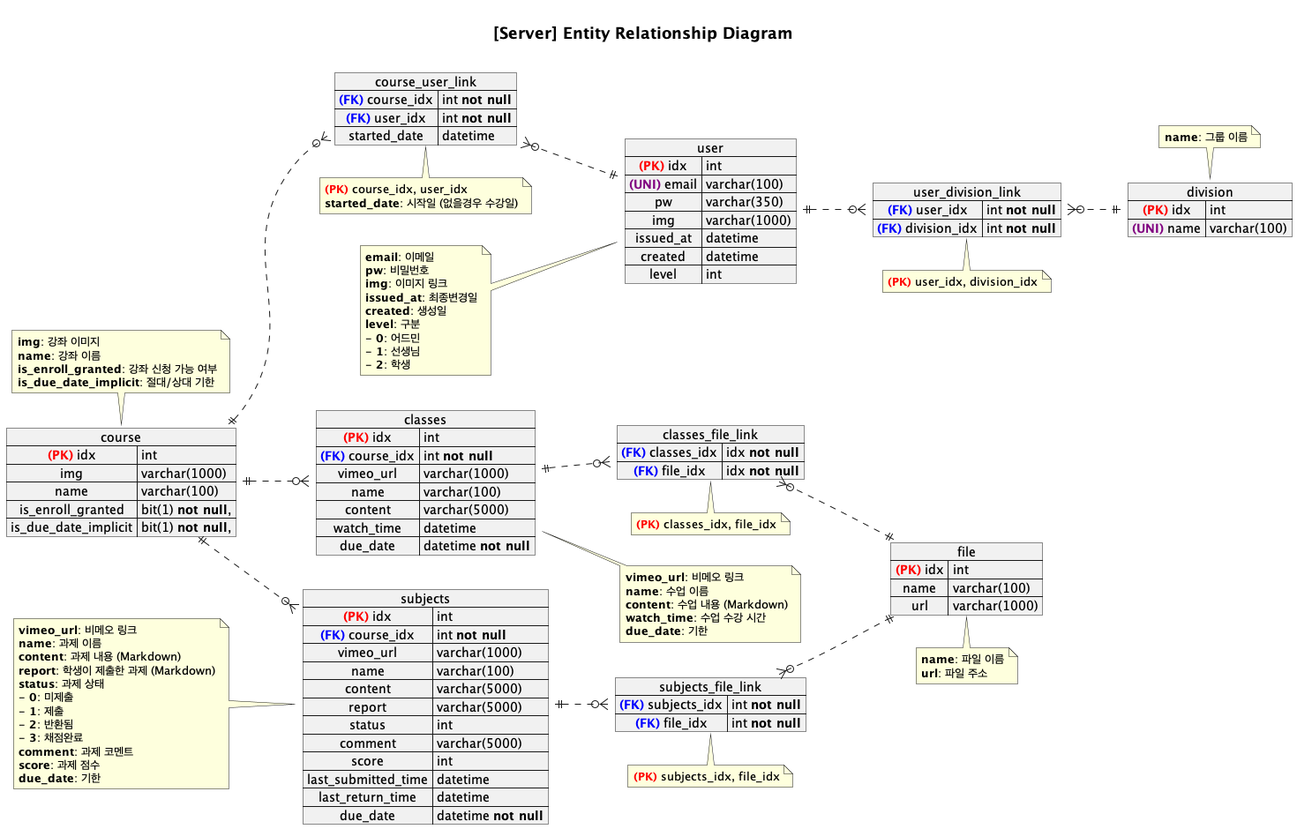
Above: design/erd.png in DokySp/project-emt (PlantUML), before the change.
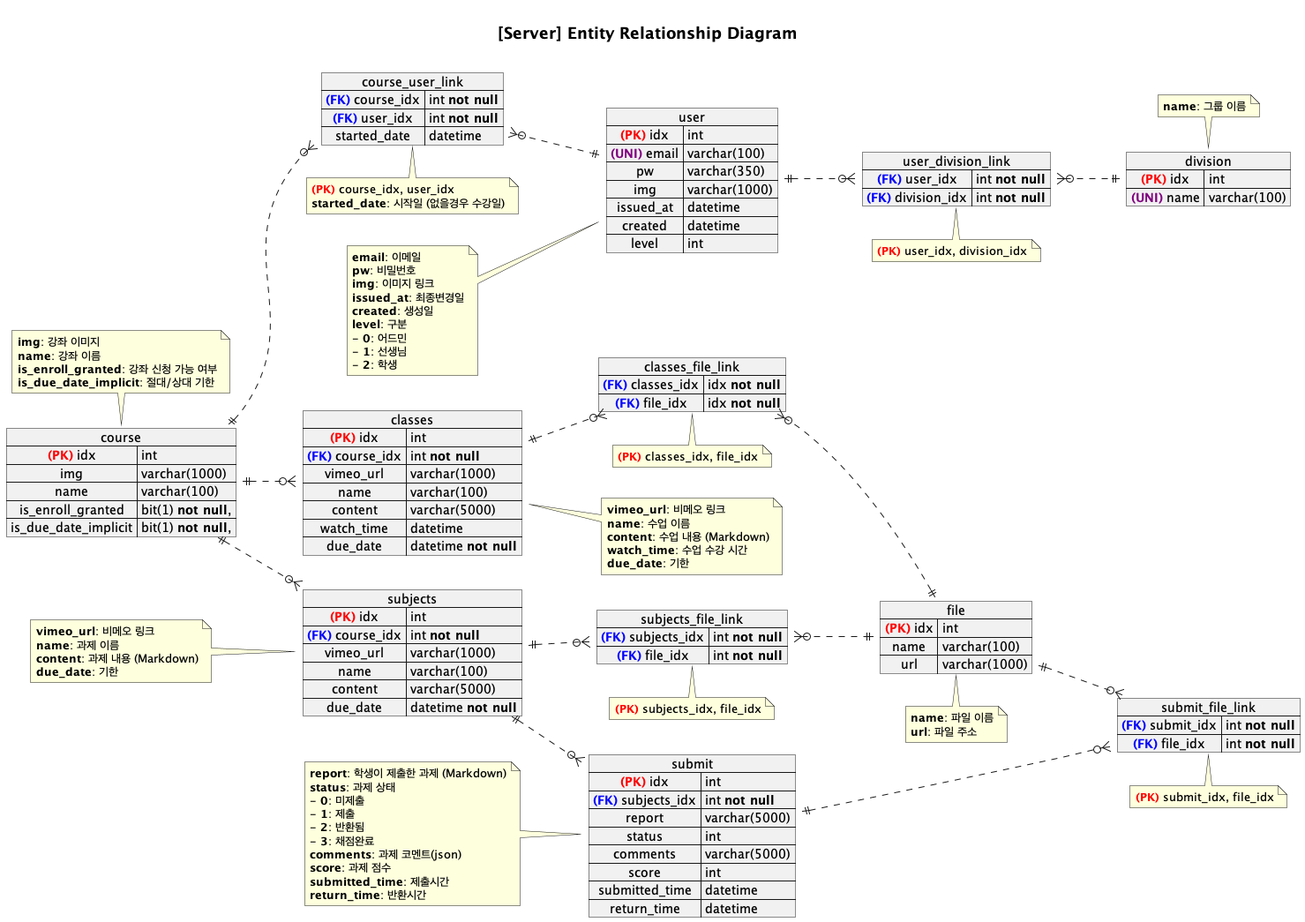
The same diagram one commit later.

Commit message:
[BE] #2 subjects 수정, submit 생성

Change to the diagram source:
```diff
@@ -28,21 +28,32 @@
 }
 note right: **vimeo_url**: 비메오 링크\n**name**: 수업 이름\n**content**: 수업 내용 (Markdown)\n**watch_time**: 수업 수강 시간\n**due_date**: 기한
 
+
+
+
+
 map subjects {
   <color:red>**(PK)**</color> idx => int
   <color:blue>**(FK)**</color> course_idx => int **not null**
   vimeo_url => varchar(1000)
   name => varchar(100)
   content => varchar(5000)
+  due_date => datetime **not null**
+}
+note left: **vimeo_url**: 비메오 링크\n**name**: 과제 이름\n**content**: 과제 내용 (Markdown)\n**due_date**: 기한
+
+map submit {
+  <color:red>**(PK)**</color> idx => int
+  <color:blue>**(FK)**</color> subjects_idx => int **not null**
+
   report => varchar(5000)
   status => int
-  comment => varchar(5000)
+  comments => varchar(5000)
   score => int
-  last_submitted_time => datetime
-  last_return_time => datetime
-  due_date => datetime **not null**
+  submitted_time => datetime
+  return_time => datetime
 }
-note left: **vimeo_url**: 비메오 링크\n**name**: 과제 이름\n**content**: 과제 내용 (Markdown)\n**report**: 학생이 제출한 과제 (Markdown)\n**status**: 과제 상태\n- **0**: 미제출\n- **1**: 제출\n- **2**: 반환됨\n- **3**: 채점완료\n**comment**: 과제 코멘트\n**score**: 과제 점수\n**due_date**: 기한
+note left: **report**: 학생이 제출한 과제 (Markdown)\n**status**: 과제 상태\n- **0**: 미제출\n- **1**: 제출\n- **2**: 반환됨\n- **3**: 채점완료\n**comments**: 과제 코멘트(json)\n**score**: 과제 점수\n**submitted_time**: 제출시간\n**return_time**: 반환시간
 
 
 map file {
@@ -51,7 +62,6 @@
   url => varchar(1000)
 }
 note bottom: **name**: 파일 이름\n**url**: 파일 주소
-
 
 
 map user {
@@ -64,6 +74,7 @@
   level => int
 }
 note left: **email**: 이메일\n**pw**: 비밀번호\n**img**: 이미지 링크\n**issued_at**: 최종변경일\n**created**: 생성일\n**level**: 구분\n- **0**: 어드민\n- **1**: 선생님\n- **2**: 학생
+
 
 
 map division {
@@ -84,6 +95,12 @@
 }
 note bottom: <color:red>**(PK)**</color> subjects_idx, file_idx
 
+map submit_file_link {
+  <color:blue>**(FK)**</color> submit_idx => int **not null**
+  <color:blue>**(FK)**</color> file_idx => int **not null**
+}
+note bottom: <color:red>**(PK)**</color> submit_idx, file_idx
+
 map course_user_link {
   <color:blue>**(FK)**</color> course_idx => int **not null**
   <color:blue>**(FK)**</color> user_idx => int **not null**
@@ -96,6 +113,8 @@
   <color:blue>**(FK)**</color> division_idx => int **not null**
 }
 note bottom: <color:red>**(PK)**</color> user_idx, division_idx
+
+
 
 course ||..o{ course_user_link
 course_user_link }o..|| user
@@ -114,6 +133,15 @@
 
 
 
+subjects ||..o{ submit
+submit ||..o{ submit_file_link
+file ||..o{ submit_file_link
+
+
+
+
+
+
 
 
 
```
